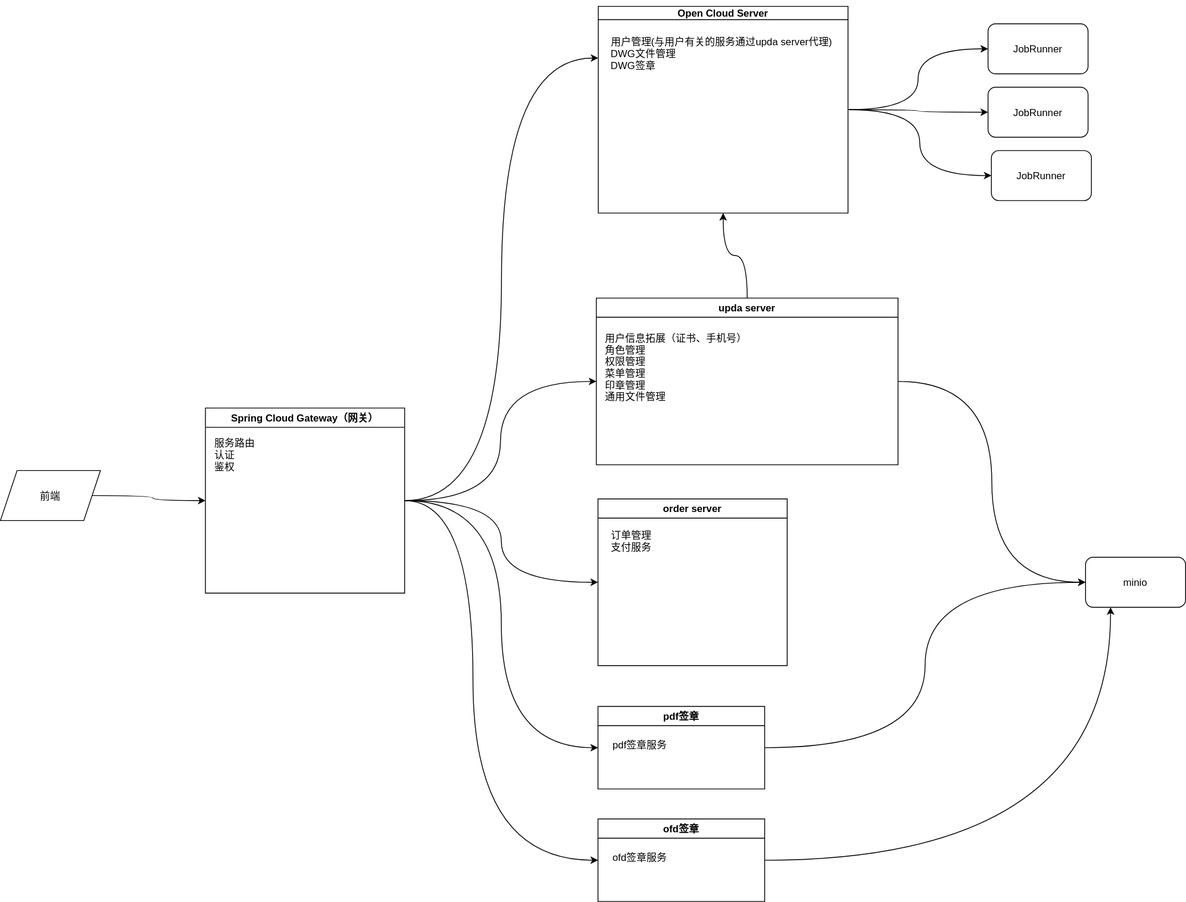
This is upda/OpenCloud架构图.svg from luguosong/images, a draw.io export, as it was before one commit. Source tidied: cells renumbered, new cells last; positions are measured from the earlier drawing's top-left corner, leaving out a move shared by most shapes.
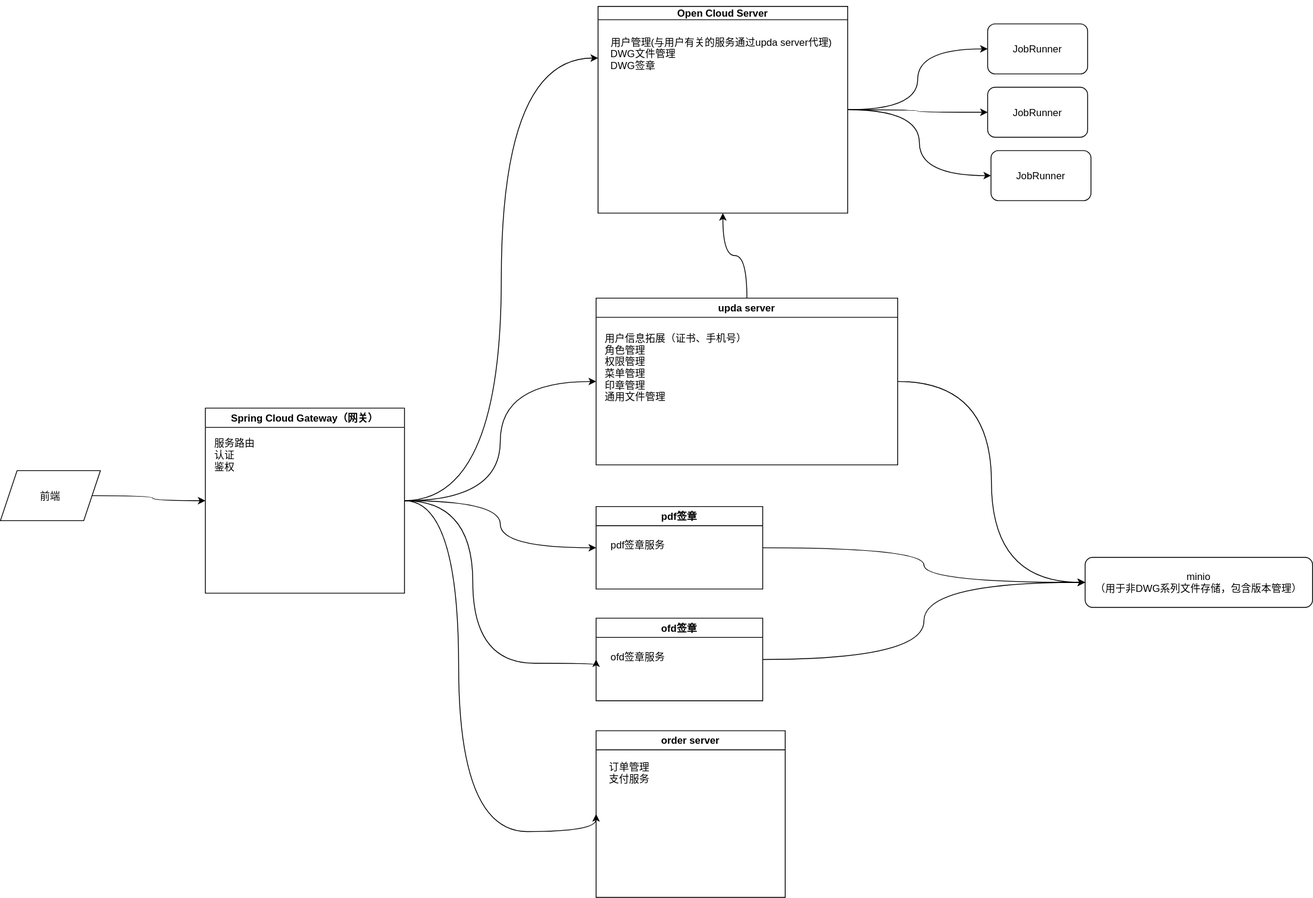
The same diagram one commit later.

Commit message:
更新OpenCloud架构图.svg

The edit, as a diff of the source:
```diff
@@ -15,7 +15,12 @@
       <mxGeometry relative="1" as="geometry" />
     </mxCell>
     <mxCell id="6" style="edgeStyle=orthogonalEdgeStyle;curved=1;rounded=0;jettySize=auto;exitX=1;exitY=0.5;exitDx=0;exitDy=0;entryX=0;entryY=0.5;entryDx=0;entryDy=0;" parent="1" edge="1" source="9" target="18">
-      <mxGeometry relative="1" as="geometry" />
+      <mxGeometry relative="1" as="geometry">
+        <Array as="points">
+          <mxPoint x="550" y="600" />
+          <mxPoint x="550" y="997" />
+        </Array>
+      </mxGeometry>
     </mxCell>
     <mxCell id="7" style="edgeStyle=orthogonalEdgeStyle;curved=1;rounded=0;jettySize=auto;exitX=1;exitY=0.5;exitDx=0;exitDy=0;entryX=0;entryY=0.5;entryDx=0;entryDy=0;" parent="1" edge="1" source="9" target="21">
       <mxGeometry relative="1" as="geometry" />
@@ -24,7 +29,7 @@
       <mxGeometry relative="1" as="geometry">
         <Array as="points">
           <mxPoint x="567" y="600" />
-          <mxPoint x="567" y="1032" />
+          <mxPoint x="567" y="795" />
         </Array>
       </mxGeometry>
     </mxCell>
@@ -56,7 +61,7 @@
       <mxGeometry x="9" y="34" width="186" height="98" as="geometry" />
     </mxCell>
     <mxCell id="18" value="order server" style="swimlane;" parent="1" vertex="1">
-      <mxGeometry x="717" y="598" width="227" height="200" as="geometry" />
+      <mxGeometry x="715" y="876" width="227" height="200" as="geometry" />
     </mxCell>
     <mxCell id="19" value="订单管理&#10;支付服务" style="text;align=center;verticalAlign=middle;strokeColor=none;fillColor=none;" parent="18" vertex="1">
       <mxGeometry x="7" y="30" width="66" height="41" as="geometry" />
@@ -65,16 +70,16 @@
       <mxGeometry relative="1" as="geometry" />
     </mxCell>
     <mxCell id="21" value="pdf签章" style="swimlane;" parent="1" vertex="1">
-      <mxGeometry x="717" y="847" width="200" height="99" as="geometry" />
+      <mxGeometry x="715" y="607" width="200" height="99" as="geometry" />
     </mxCell>
     <mxCell id="22" value="pdf签章服务" style="text;align=center;verticalAlign=middle;strokeColor=none;fillColor=none;" parent="21" vertex="1">
       <mxGeometry x="9" y="33" width="83" height="26" as="geometry" />
     </mxCell>
-    <mxCell id="23" style="edgeStyle=orthogonalEdgeStyle;curved=1;rounded=0;jettySize=auto;exitX=1;exitY=0.5;exitDx=0;exitDy=0;entryX=0.25;entryY=1;entryDx=0;entryDy=0;" parent="1" edge="1" source="24" target="32">
+    <mxCell id="23" style="edgeStyle=orthogonalEdgeStyle;curved=1;rounded=0;jettySize=auto;exitX=1;exitY=0.5;exitDx=0;exitDy=0;entryX=0;entryY=0.5;entryDx=0;entryDy=0;" parent="1" edge="1" source="24" target="32">
       <mxGeometry relative="1" as="geometry" />
     </mxCell>
     <mxCell id="24" value="ofd签章" style="swimlane;" parent="1" vertex="1">
-      <mxGeometry x="717" y="982" width="200" height="99" as="geometry" />
+      <mxGeometry x="715" y="741" width="200" height="99" as="geometry" />
     </mxCell>
     <mxCell id="25" value="ofd签章服务" style="text;align=center;verticalAlign=middle;strokeColor=none;fillColor=none;" parent="24" vertex="1">
       <mxGeometry x="9" y="33" width="83" height="26" as="geometry" />
@@ -97,8 +102,8 @@
     <mxCell id="31" style="edgeStyle=orthogonalEdgeStyle;curved=1;rounded=0;jettySize=auto;exitX=1;exitY=0.5;exitDx=0;exitDy=0;entryX=0;entryY=0.5;entryDx=0;entryDy=0;" parent="1" edge="1" source="12" target="28">
       <mxGeometry relative="1" as="geometry" />
     </mxCell>
-    <mxCell id="32" value="minio" style="rounded=1;" parent="1" vertex="1">
-      <mxGeometry x="1302" y="668" width="120" height="60" as="geometry" />
+    <mxCell id="32" value="minio&#10;（用于非DWG系列文件存储，包含版本管理）" style="rounded=1;" parent="1" vertex="1">
+      <mxGeometry x="1302" y="668" width="273" height="60" as="geometry" />
     </mxCell>
   </root>
 </mxGraphModel>
```
